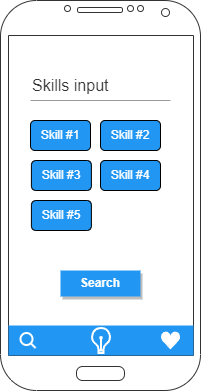
Before: Mockups/SkillSearch.drawio.png, a diagram exported from draw.io (NikitunPVLK/JobSeeker). Source tidied: cells renumbered, new cells last; positions are measured from the earlier drawing's top-left corner, leaving out a move shared by most shapes.
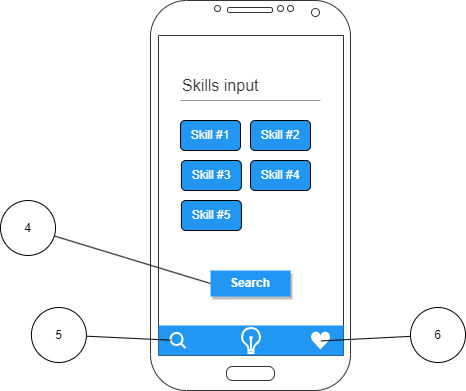
Later version of the same file.

Change to the diagram source:
```diff
@@ -41,5 +41,28 @@
     <mxCell id="14" value="Skill #5" style="rounded=1;whiteSpace=wrap;html=1;fillColor=#2196F3;fontColor=#FFFFFF;" parent="1" vertex="1">
       <mxGeometry x="30.9" y="200" width="60" height="30" as="geometry" />
     </mxCell>
+    <mxCell id="15" style="endArrow=none;html=1;rounded=0;exitX=0;exitY=0.5;exitDx=0;exitDy=0;" parent="1" edge="1" source="17">
+      <mxGeometry relative="1" as="geometry">
+        <mxPoint x="-136" y="226" as="targetPoint" />
+      </mxGeometry>
+    </mxCell>
+    <mxCell id="16" style="endArrow=none;html=1;rounded=0;exitX=0;exitY=0.5;exitDx=0;exitDy=0;" parent="1" edge="1" source="5" target="17">
+      <mxGeometry relative="1" as="geometry" />
+    </mxCell>
+    <mxCell id="17" value="4" style="ellipse;whiteSpace=wrap;html=1;" parent="1" vertex="1">
+      <mxGeometry x="-150" y="200" width="55" height="55" as="geometry" />
+    </mxCell>
+    <mxCell id="18" style="endArrow=none;html=1;rounded=0;" parent="1" edge="1" source="8" target="19">
+      <mxGeometry relative="1" as="geometry" />
+    </mxCell>
+    <mxCell id="19" value="5" style="ellipse;whiteSpace=wrap;html=1;" parent="1" vertex="1">
+      <mxGeometry x="-119.1" y="307" width="55" height="55" as="geometry" />
+    </mxCell>
+    <mxCell id="20" style="endArrow=none;html=1;rounded=0;exitX=0.521;exitY=0.524;exitDx=0;exitDy=0;exitPerimeter=0;" parent="1" edge="1" source="7" target="21">
+      <mxGeometry relative="1" as="geometry" />
+    </mxCell>
+    <mxCell id="21" value="6" style="ellipse;whiteSpace=wrap;html=1;" parent="1" vertex="1">
+      <mxGeometry x="260" y="307" width="55" height="55" as="geometry" />
+    </mxCell>
   </root>
 </mxGraphModel>
```
